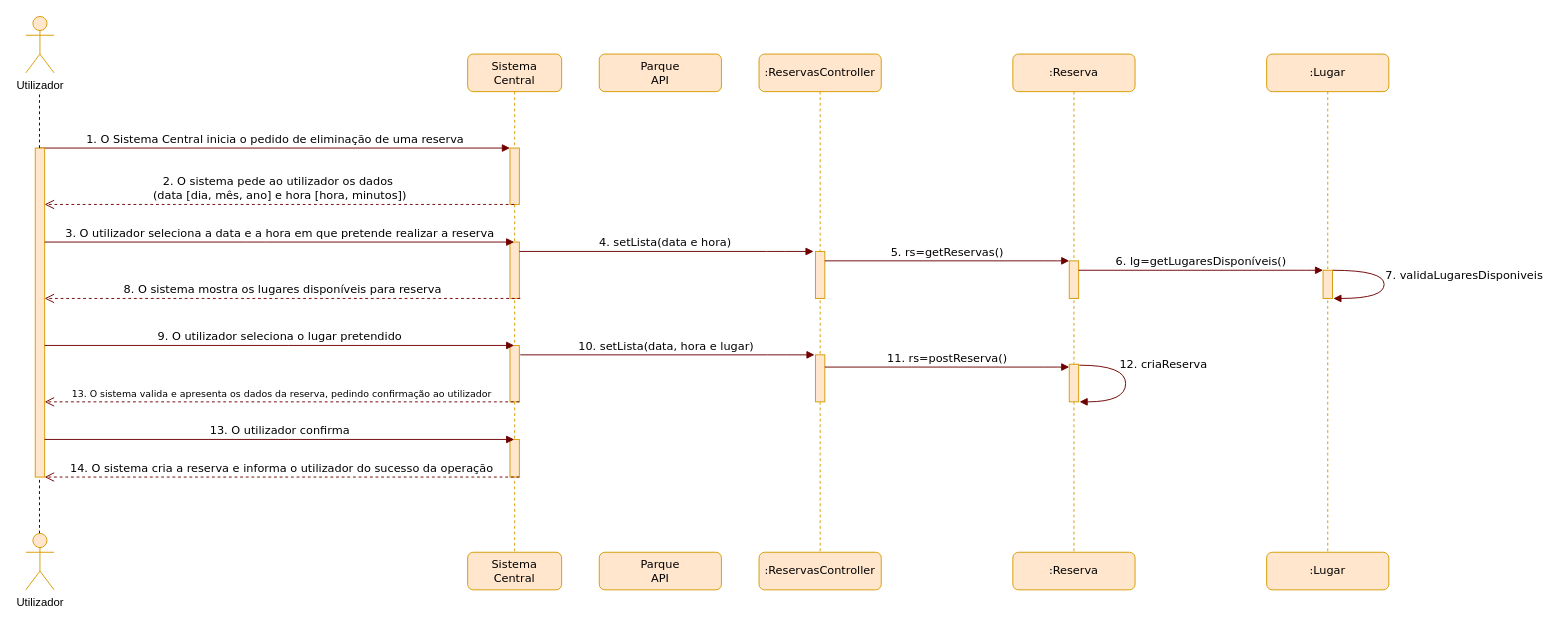
Before: User Stories/UC11/DiagramaSequência_UC11.drawio in PauloTor/UPskillDOTNET, a draw.io diagram. Source tidied: cells renumbered, new cells numbered last; positions are measured from the earlier drawing's top-left corner, leaving out a move shared by most shapes. Both pictures are drawn from the tidied source at 94%, with x=0, y=0 at pixel (25, 16).
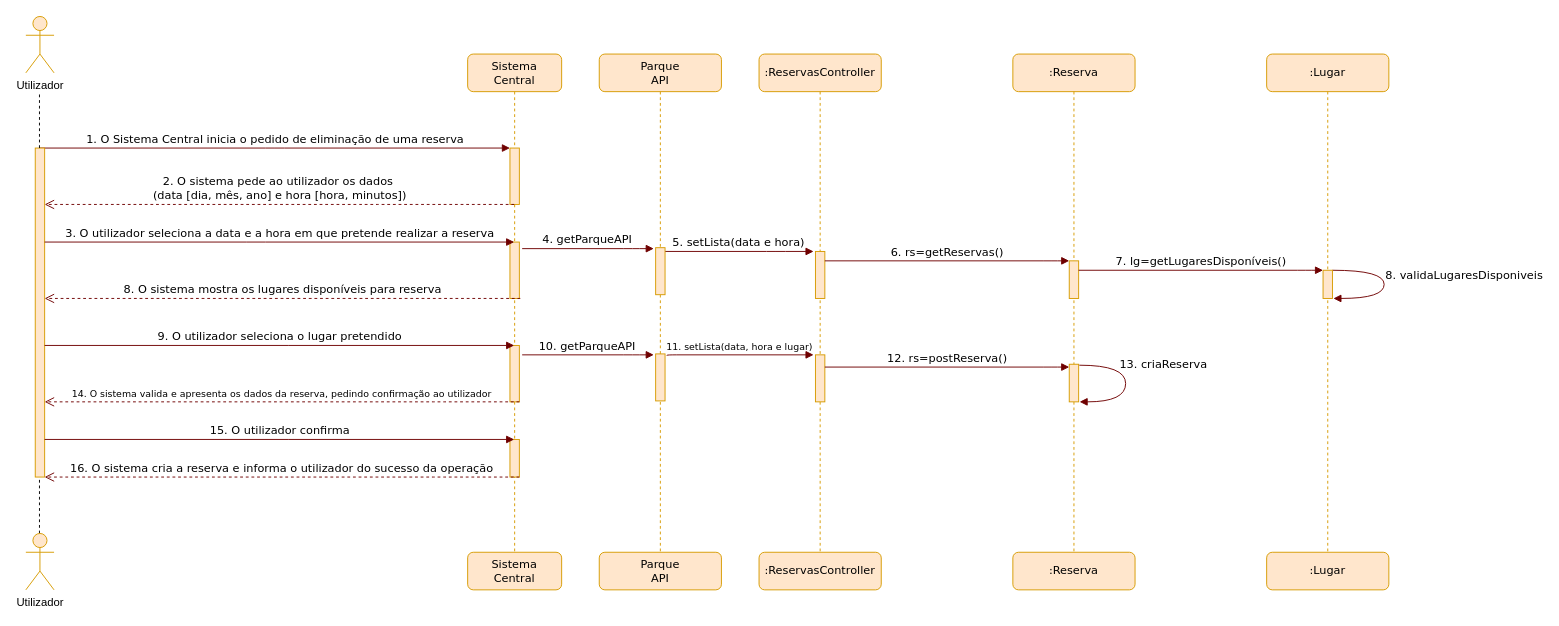
The same diagram, later.

Unchanged cells that the change refers to:
```xml
<mxCell id="23" style="html=1;points=[];perimeter=orthogonalPerimeter;rounded=0;shadow=0;comic=0;labelBackgroundColor=none;strokeWidth=1;fontFamily=Verdana;fontSize=12;align=center;fillColor=#ffe6cc;strokeColor=#d79b00;" parent="22" vertex="1">
  <mxGeometry x="60" y="230" width="10" height="30" as="geometry" />
</mxCell>
```

The edit, as a diff of the source:
```diff
@@
-    <mxCell id="7" value="&lt;font style=&quot;font-size: 10px&quot;&gt;13. O sistema valida e apresenta os dados da reserva, pedindo confirmação ao utilizador&lt;/font&gt;" style="html=1;verticalAlign=bottom;endArrow=open;dashed=1;endSize=8;labelBackgroundColor=none;fontFamily=Verdana;fontSize=12;edgeStyle=elbowEdgeStyle;elbow=vertical;fillColor=#a20025;strokeColor=#6F0000;" parent="1" edge="1">
+    <mxCell id="7" value="&lt;font style=&quot;font-size: 10px&quot;&gt;14. O sistema valida e apresenta os dados da reserva, pedindo confirmação ao utilizador&lt;/font&gt;" style="html=1;verticalAlign=bottom;endArrow=open;dashed=1;endSize=8;labelBackgroundColor=none;fontFamily=Verdana;fontSize=12;edgeStyle=elbowEdgeStyle;elbow=vertical;fillColor=#a20025;strokeColor=#6F0000;" parent="1" edge="1">
       <mxGeometry relative="1" as="geometry">
         <mxPoint x="525" y="410" as="sourcePoint" />
         <mxPoint x="20" y="410" as="targetPoint" />
         <Array as="points">
           <mxPoint x="435" y="410" />
         </Array>
       </mxGeometry>
     </mxCell>
@@
-    <mxCell id="9" value="7. validaLugaresDisponiveis" style="html=1;verticalAlign=bottom;endArrow=block;labelBackgroundColor=none;fontFamily=Verdana;fontSize=12;elbow=vertical;edgeStyle=orthogonalEdgeStyle;curved=1;entryX=1.1;entryY=1;entryPerimeter=0;exitX=1.038;exitY=0.345;exitPerimeter=0;entryDx=0;entryDy=0;fillColor=#a20025;strokeColor=#6F0000;" parent="1" edge="1" target="23">
+    <mxCell id="9" value="8. validaLugaresDisponiveis" style="html=1;verticalAlign=bottom;endArrow=block;labelBackgroundColor=none;fontFamily=Verdana;fontSize=12;elbow=vertical;edgeStyle=orthogonalEdgeStyle;curved=1;entryX=1.1;entryY=1;entryPerimeter=0;exitX=1.038;exitY=0.345;exitPerimeter=0;entryDx=0;entryDy=0;fillColor=#a20025;strokeColor=#6F0000;" parent="1" edge="1" target="23">
       <mxGeometry x="0.01" y="85" relative="1" as="geometry">
         <mxPoint x="1390" y="270" as="sourcePoint" />
         <Array as="points">
           <mxPoint x="1445" y="270" />
           <mxPoint x="1445" y="300" />
         </Array>
       </mxGeometry>
     </mxCell>
-    <mxCell id="10" value="12. criaReserva" style="html=1;verticalAlign=bottom;endArrow=block;labelBackgroundColor=none;fontFamily=Verdana;fontSize=12;elbow=vertical;edgeStyle=orthogonalEdgeStyle;curved=1;exitX=1.066;exitY=0.713;exitPerimeter=0;fillColor=#a20025;strokeColor=#6F0000;" parent="1" edge="1">
+    <mxCell id="10" value="13. criaReserva" style="html=1;verticalAlign=bottom;endArrow=block;labelBackgroundColor=none;fontFamily=Verdana;fontSize=12;elbow=vertical;edgeStyle=orthogonalEdgeStyle;curved=1;exitX=1.066;exitY=0.713;exitPerimeter=0;fillColor=#a20025;strokeColor=#6F0000;" parent="1" edge="1">
       <mxGeometry x="-0.15" y="40" relative="1" as="geometry">
         <mxPoint x="1120.7" y="371" as="sourcePoint" />
         <mxPoint x="1121" y="410" as="targetPoint" />
         <Array as="points">
           <mxPoint x="1170" y="371.1" />
           <mxPoint x="1170" y="410.1" />
         </Array>
       </mxGeometry>
     </mxCell>
@@
-    <mxCell id="24" value="4. setLista(data e hora)" style="html=1;verticalAlign=bottom;endArrow=block;labelBackgroundColor=none;fontFamily=Verdana;fontSize=12;edgeStyle=elbowEdgeStyle;elbow=vertical;fillColor=#a20025;strokeColor=#6F0000;" parent="1" edge="1">
+    <mxCell id="24" value="5. setLista(data e hora)" style="html=1;verticalAlign=bottom;endArrow=block;labelBackgroundColor=none;fontFamily=Verdana;fontSize=12;edgeStyle=elbowEdgeStyle;elbow=vertical;fillColor=#a20025;strokeColor=#6F0000;" parent="1" edge="1" source="41">
       <mxGeometry x="-0.01" relative="1" as="geometry">
-        <mxPoint x="525" y="250" as="sourcePoint" />
         <mxPoint x="838" y="250" as="targetPoint" />
         <Array as="points">
           <mxPoint x="798" y="250" />
           <mxPoint x="788" y="260" />
         </Array>
       </mxGeometry>
     </mxCell>
-    <mxCell id="25" value="5. rs=getReservas()" style="html=1;verticalAlign=bottom;endArrow=block;labelBackgroundColor=none;fontFamily=Verdana;fontSize=12;edgeStyle=elbowEdgeStyle;elbow=vertical;fillColor=#a20025;strokeColor=#6F0000;" parent="1" edge="1">
+    <mxCell id="25" value="6. rs=getReservas()" style="html=1;verticalAlign=bottom;endArrow=block;labelBackgroundColor=none;fontFamily=Verdana;fontSize=12;edgeStyle=elbowEdgeStyle;elbow=vertical;fillColor=#a20025;strokeColor=#6F0000;" parent="1" edge="1">
       <mxGeometry relative="1" as="geometry">
         <mxPoint x="850" y="260" as="sourcePoint" />
         <mxPoint x="1110" y="260" as="targetPoint" />
         <Array as="points">
           <mxPoint x="1093" y="260" />
           <mxPoint x="1083" y="270" />
         </Array>
       </mxGeometry>
     </mxCell>
-    <mxCell id="26" value="6. lg=getLugaresDisponíveis()" style="html=1;verticalAlign=bottom;endArrow=block;labelBackgroundColor=none;fontFamily=Verdana;fontSize=12;edgeStyle=elbowEdgeStyle;elbow=vertical;fillColor=#a20025;strokeColor=#6F0000;" parent="1" edge="1">
+    <mxCell id="26" value="7. lg=getLugaresDisponíveis()" style="html=1;verticalAlign=bottom;endArrow=block;labelBackgroundColor=none;fontFamily=Verdana;fontSize=12;edgeStyle=elbowEdgeStyle;elbow=vertical;fillColor=#a20025;strokeColor=#6F0000;" parent="1" edge="1">
       <mxGeometry relative="1" as="geometry">
         <mxPoint x="1120" y="270" as="sourcePoint" />
         <mxPoint x="1380" y="270" as="targetPoint" />
         <Array as="points">
           <mxPoint x="1363" y="270" />
           <mxPoint x="1353" y="280" />
         </Array>
       </mxGeometry>
     </mxCell>
@@
-    <mxCell id="29" value="13. O utilizador confirma" style="html=1;verticalAlign=bottom;endArrow=block;labelBackgroundColor=none;fontFamily=Verdana;fontSize=12;edgeStyle=elbowEdgeStyle;elbow=vertical;fillColor=#a20025;strokeColor=#6F0000;" parent="1" edge="1">
+    <mxCell id="29" value="15. O utilizador confirma" style="html=1;verticalAlign=bottom;endArrow=block;labelBackgroundColor=none;fontFamily=Verdana;fontSize=12;edgeStyle=elbowEdgeStyle;elbow=vertical;fillColor=#a20025;strokeColor=#6F0000;" parent="1" edge="1">
       <mxGeometry relative="1" as="geometry">
         <mxPoint x="20" y="450" as="sourcePoint" />
         <mxPoint x="519.5" y="450" as="targetPoint" />
       </mxGeometry>
     </mxCell>
-    <mxCell id="30" value="&lt;font style=&quot;font-size: 12px&quot;&gt;14. O sistema cria a reserva e informa o utilizador do sucesso da operação&lt;/font&gt;" style="html=1;verticalAlign=bottom;endArrow=open;dashed=1;endSize=8;labelBackgroundColor=none;fontFamily=Verdana;fontSize=12;edgeStyle=elbowEdgeStyle;elbow=vertical;fillColor=#a20025;strokeColor=#6F0000;" parent="1" edge="1">
+    <mxCell id="30" value="&lt;font style=&quot;font-size: 12px&quot;&gt;16. O sistema cria a reserva e informa o utilizador do sucesso da operação&lt;/font&gt;" style="html=1;verticalAlign=bottom;endArrow=open;dashed=1;endSize=8;labelBackgroundColor=none;fontFamily=Verdana;fontSize=12;edgeStyle=elbowEdgeStyle;elbow=vertical;fillColor=#a20025;strokeColor=#6F0000;" parent="1" edge="1">
       <mxGeometry relative="1" as="geometry">
         <mxPoint x="525" y="490" as="sourcePoint" />
         <mxPoint x="20" y="490" as="targetPoint" />
         <Array as="points">
           <mxPoint x="435" y="490" />
         </Array>
       </mxGeometry>
     </mxCell>
-    <mxCell id="31" value="10. setLista(data, hora e lugar)" style="html=1;verticalAlign=bottom;endArrow=block;labelBackgroundColor=none;fontFamily=Verdana;fontSize=12;edgeStyle=elbowEdgeStyle;elbow=vertical;fillColor=#a20025;strokeColor=#6F0000;" parent="1" edge="1">
+    <mxCell id="31" value="&lt;font style=&quot;font-size: 10px&quot;&gt;11. setLista(data, hora e lugar)&lt;/font&gt;" style="html=1;verticalAlign=bottom;endArrow=block;labelBackgroundColor=none;fontFamily=Verdana;fontSize=12;edgeStyle=elbowEdgeStyle;elbow=vertical;fillColor=#a20025;strokeColor=#6F0000;exitX=1.3;exitY=0.183;exitDx=0;exitDy=0;exitPerimeter=0;" parent="1" edge="1">
       <mxGeometry x="-0.01" relative="1" as="geometry">
-        <mxPoint x="526" y="360" as="sourcePoint" />
-        <mxPoint x="839" y="360" as="targetPoint" />
+        <mxPoint x="682" y="361" as="sourcePoint" />
+        <mxPoint x="838" y="360" as="targetPoint" />
         <Array as="points">
-          <mxPoint x="799" y="360" />
-          <mxPoint x="789" y="370" />
+          <mxPoint x="798" y="360" />
+          <mxPoint x="788" y="370" />
         </Array>
       </mxGeometry>
     </mxCell>
-    <mxCell id="32" value="11. rs=postReserva()" style="html=1;verticalAlign=bottom;endArrow=block;labelBackgroundColor=none;fontFamily=Verdana;fontSize=12;edgeStyle=elbowEdgeStyle;elbow=vertical;fillColor=#a20025;strokeColor=#6F0000;" parent="1" edge="1">
+    <mxCell id="32" value="12. rs=postReserva()" style="html=1;verticalAlign=bottom;endArrow=block;labelBackgroundColor=none;fontFamily=Verdana;fontSize=12;edgeStyle=elbowEdgeStyle;elbow=vertical;fillColor=#a20025;strokeColor=#6F0000;" parent="1" edge="1">
       <mxGeometry relative="1" as="geometry">
         <mxPoint x="850" y="373" as="sourcePoint" />
         <mxPoint x="1110" y="373" as="targetPoint" />
         <Array as="points">
           <mxPoint x="1093" y="373" />
           <mxPoint x="1083" y="383" />
         </Array>
       </mxGeometry>
     </mxCell>
@@
     <mxCell id="39" value="Parque&lt;br&gt;API" style="shape=umlLifeline;perimeter=lifelinePerimeter;whiteSpace=wrap;html=1;rounded=1;shadow=0;comic=0;labelBackgroundColor=none;strokeWidth=1;fontFamily=Verdana;fontSize=12;align=center;fillColor=#ffe6cc;strokeColor=#d79b00;" parent="1" vertex="1">
-      <mxGeometry x="610" y="40" width="130" height="40" as="geometry" />
+      <mxGeometry x="610" y="40" width="130" height="540" as="geometry" />
     </mxCell>
+    <mxCell id="41" style="html=1;points=[];perimeter=orthogonalPerimeter;rounded=0;shadow=0;comic=0;labelBackgroundColor=none;strokeWidth=1;fontFamily=Verdana;fontSize=12;align=center;fillColor=#ffe6cc;strokeColor=#d79b00;" parent="39" vertex="1">
+      <mxGeometry x="60" y="206" width="10" height="50" as="geometry" />
+    </mxCell>
+    <mxCell id="42" style="html=1;perimeter=orthogonalPerimeter;rounded=0;shadow=0;comic=0;labelBackgroundColor=none;strokeWidth=1;fontFamily=Verdana;fontSize=12;align=center;fillColor=#ffe6cc;strokeColor=#d79b00;" parent="39" vertex="1">
+      <mxGeometry x="60" y="319" width="10" height="50" as="geometry" />
+    </mxCell>
@@
+    <mxCell id="43" value="4. getParqueAPI" style="html=1;verticalAlign=bottom;endArrow=block;labelBackgroundColor=none;fontFamily=Verdana;fontSize=12;edgeStyle=elbowEdgeStyle;elbow=vertical;fillColor=#a20025;strokeColor=#6F0000;" parent="1" edge="1">
+      <mxGeometry x="-0.01" relative="1" as="geometry">
+        <mxPoint x="528" y="247" as="sourcePoint" />
+        <mxPoint x="668" y="247" as="targetPoint" />
+        <Array as="points">
+          <mxPoint x="646" y="247" />
+          <mxPoint x="636" y="257" />
+        </Array>
+      </mxGeometry>
+    </mxCell>
+    <mxCell id="44" value="10. getParqueAPI" style="html=1;verticalAlign=bottom;endArrow=block;labelBackgroundColor=none;fontFamily=Verdana;fontSize=12;edgeStyle=elbowEdgeStyle;elbow=vertical;fillColor=#a20025;strokeColor=#6F0000;" parent="1" edge="1">
+      <mxGeometry x="-0.01" relative="1" as="geometry">
+        <mxPoint x="528" y="360" as="sourcePoint" />
+        <mxPoint x="668" y="360" as="targetPoint" />
+        <Array as="points">
+          <mxPoint x="646" y="360" />
+          <mxPoint x="636" y="370" />
+        </Array>
+      </mxGeometry>
+    </mxCell>
```
